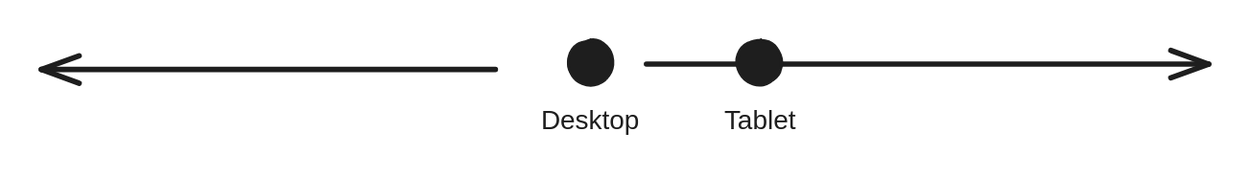
This is .gitbook/assets/file.excalidraw (7).svg from sygnaltech/sa5-docs, a Excalidraw export, as it was before one commit. Source tidied: one line per element, renumbered; positions are measured from the earlier drawing's top-left corner, leaving out a move shared by most shapes. Source of this version:
```json
{"id": 0, "type": "ellipse", "strokeColor": "#1e1e1e", "backgroundColor": "#1e1e1e", "fillStyle": "solid", "strokeWidth": 2, "roughness": 1, "round": true, "x": 393, "y": 0, "width": 33, "height": 33}
{"id": 1, "type": "text", "text": "Desktop", "strokeColor": "#1e1e1e", "backgroundColor": "#1e1e1e", "fillStyle": "solid", "strokeWidth": 2, "roughness": 1, "fontSize": 20, "fontFamily": 2, "textAlign": "center", "x": 373, "y": 49, "width": 73, "height": 23}
{"id": 2, "type": "arrow", "strokeColor": "#1e1e1e", "backgroundColor": "#1e1e1e", "fillStyle": "solid", "strokeWidth": 4, "roughness": 0, "endArrowhead": "arrow", "round": true, "x": 451, "y": 18, "width": 419, "height": 0, "points": [[0, 0], [419, 0]]}
{"id": 3, "type": "arrow", "strokeColor": "#1e1e1e", "backgroundColor": "#1e1e1e", "fillStyle": "solid", "strokeWidth": 4, "roughness": 0, "endArrowhead": "arrow", "round": true, "x": 339, "y": 22, "width": 339, "height": 0, "points": [[0, 0], [-339, 0]]}
{"id": 4, "type": "ellipse", "strokeColor": "#1e1e1e", "backgroundColor": "#1e1e1e", "fillStyle": "solid", "strokeWidth": 2, "roughness": 1, "round": true, "x": 519, "y": 0, "width": 33, "height": 33}
{"id": 5, "type": "text", "text": "Tablet", "strokeColor": "#1e1e1e", "backgroundColor": "#1e1e1e", "fillStyle": "solid", "strokeWidth": 2, "roughness": 1, "fontSize": 20, "fontFamily": 2, "textAlign": "center", "x": 509, "y": 49, "width": 53, "height": 23}
```
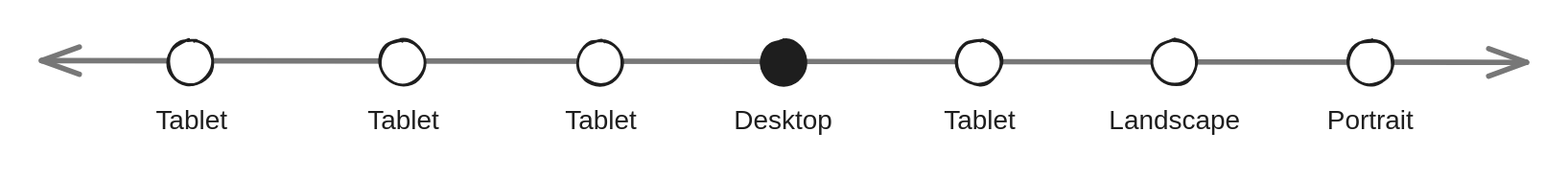
Later version of the same file.

Commit message:
GITBOOK-507: No subject

What changed in the source:
```diff
@@ -1,6 +1,15 @@
+{"id": 2, "type": "arrow", "strokeColor": "#777", "backgroundColor": "#1e1e1e", "fillStyle": "solid", "strokeWidth": 4, "roughness": 0, "startArrowhead": "arrow", "endArrowhead": "arrow", "round": true, "x": -144, "y": 15, "width": 1108, "height": 1, "points": [[0, 0], [1108, 1]]}
 {"id": 0, "type": "ellipse", "strokeColor": "#1e1e1e", "backgroundColor": "#1e1e1e", "fillStyle": "solid", "strokeWidth": 2, "roughness": 1, "round": true, "x": 393, "y": 0, "width": 33, "height": 33}
 {"id": 1, "type": "text", "text": "Desktop", "strokeColor": "#1e1e1e", "backgroundColor": "#1e1e1e", "fillStyle": "solid", "strokeWidth": 2, "roughness": 1, "fontSize": 20, "fontFamily": 2, "textAlign": "center", "x": 373, "y": 49, "width": 73, "height": 23}
-{"id": 2, "type": "arrow", "strokeColor": "#1e1e1e", "backgroundColor": "#1e1e1e", "fillStyle": "solid", "strokeWidth": 4, "roughness": 0, "endArrowhead": "arrow", "round": true, "x": 451, "y": 18, "width": 419, "height": 0, "points": [[0, 0], [419, 0]]}
-{"id": 3, "type": "arrow", "strokeColor": "#1e1e1e", "backgroundColor": "#1e1e1e", "fillStyle": "solid", "strokeWidth": 4, "roughness": 0, "endArrowhead": "arrow", "round": true, "x": 339, "y": 22, "width": 339, "height": 0, "points": [[0, 0], [-339, 0]]}
+{"id": 6, "type": "ellipse", "strokeColor": "#1e1e1e", "backgroundColor": "#ffffff", "fillStyle": "solid", "strokeWidth": 2, "roughness": 1, "round": true, "x": 539, "y": 0, "width": 33, "height": 33}
+{"id": 7, "type": "text", "text": "Tablet", "strokeColor": "#1e1e1e", "backgroundColor": "#1e1e1e", "fillStyle": "solid", "strokeWidth": 2, "roughness": 1, "fontSize": 20, "fontFamily": 2, "textAlign": "center", "x": 529, "y": 49, "width": 53, "height": 23}
+{"id": 8, "type": "ellipse", "strokeColor": "#1e1e1e", "backgroundColor": "#ffffff", "fillStyle": "solid", "strokeWidth": 2, "roughness": 1, "round": true, "x": 685, "y": 0, "width": 33, "height": 33}
+{"id": 9, "type": "text", "text": "Landscape", "strokeColor": "#1e1e1e", "backgroundColor": "#1e1e1e", "fillStyle": "solid", "strokeWidth": 2, "roughness": 1, "fontSize": 20, "fontFamily": 2, "textAlign": "center", "x": 652, "y": 49, "width": 98, "height": 23}
-{"id": 4, "type": "ellipse", "strokeColor": "#1e1e1e", "backgroundColor": "#1e1e1e", "fillStyle": "solid", "strokeWidth": 2, "roughness": 1, "round": true, "x": 519, "y": 0, "width": 33, "height": 33}
+{"id": 4, "type": "ellipse", "strokeColor": "#1e1e1e", "backgroundColor": "#ffffff", "fillStyle": "solid", "strokeWidth": 2, "roughness": 1, "round": true, "x": 831, "y": 0, "width": 33, "height": 33}
-{"id": 5, "type": "text", "text": "Tablet", "strokeColor": "#1e1e1e", "backgroundColor": "#1e1e1e", "fillStyle": "solid", "strokeWidth": 2, "roughness": 1, "fontSize": 20, "fontFamily": 2, "textAlign": "center", "x": 509, "y": 49, "width": 53, "height": 23}
+{"id": 5, "type": "text", "text": "Portrait", "strokeColor": "#1e1e1e", "backgroundColor": "#1e1e1e", "fillStyle": "solid", "strokeWidth": 2, "roughness": 1, "fontSize": 20, "fontFamily": 2, "textAlign": "center", "x": 815, "y": 49, "width": 64, "height": 23}
+{"id": 10, "type": "ellipse", "strokeColor": "#1e1e1e", "backgroundColor": "#ffffff", "fillStyle": "solid", "strokeWidth": 2, "roughness": 1, "round": true, "x": 256, "y": 0, "width": 33, "height": 33}
+{"id": 11, "type": "text", "text": "Tablet", "strokeColor": "#1e1e1e", "backgroundColor": "#1e1e1e", "fillStyle": "solid", "strokeWidth": 2, "roughness": 1, "fontSize": 20, "fontFamily": 2, "textAlign": "center", "x": 247, "y": 49, "width": 53, "height": 23}
+{"id": 12, "type": "ellipse", "strokeColor": "#1e1e1e", "backgroundColor": "#ffffff", "fillStyle": "solid", "strokeWidth": 2, "roughness": 1, "round": true, "x": 109, "y": 0, "width": 33, "height": 33}
+{"id": 13, "type": "text", "text": "Tablet", "strokeColor": "#1e1e1e", "backgroundColor": "#1e1e1e", "fillStyle": "solid", "strokeWidth": 2, "roughness": 1, "fontSize": 20, "fontFamily": 2, "textAlign": "center", "x": 99, "y": 49, "width": 53, "height": 23}
+{"id": 14, "type": "ellipse", "strokeColor": "#1e1e1e", "backgroundColor": "#ffffff", "fillStyle": "solid", "strokeWidth": 2, "roughness": 1, "round": true, "x": -49, "y": 0, "width": 33, "height": 33}
+{"id": 15, "type": "text", "text": "Tablet", "strokeColor": "#1e1e1e", "backgroundColor": "#1e1e1e", "fillStyle": "solid", "strokeWidth": 2, "roughness": 1, "fontSize": 20, "fontFamily": 2, "textAlign": "center", "x": -59, "y": 49, "width": 53, "height": 23}
```
